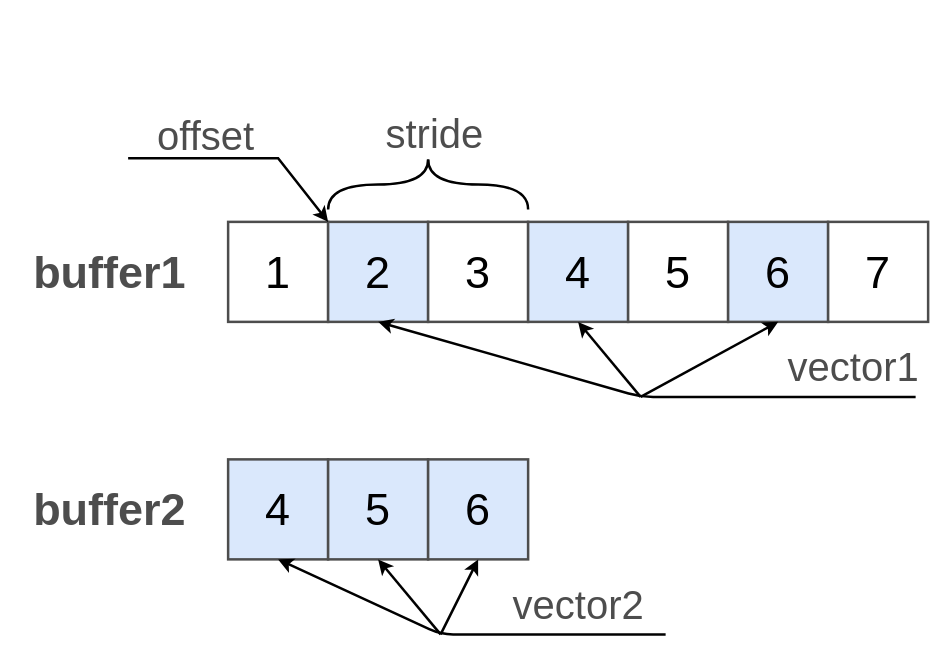
Above: page "FromRangeAndStride" (1 of 3) of doc/img/VectorAdapterFrom.drawio in Wandalen/wMathVector (draw.io), before the change. Source tidied: cells renumbered, new cells numbered last; positions are measured from the earlier drawing's top-left corner, leaving out a move shared by most shapes. Both pictures are drawn from the tidied source at 125%, with x=0, y=0 at pixel (21, 109).
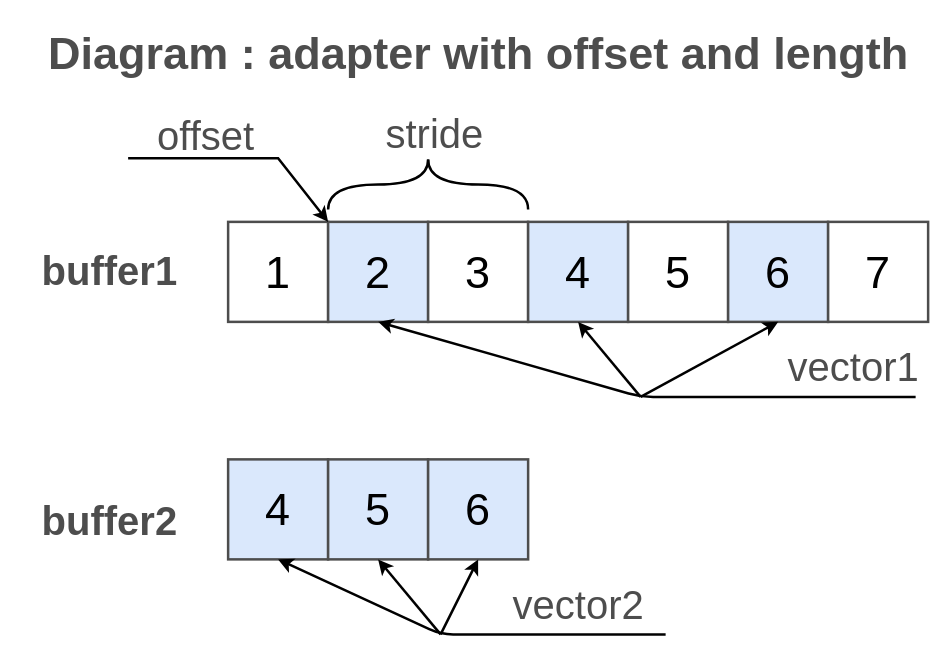
The same diagram, later.

What changed in the source:
```diff
@@
-    <mxCell id="12" value="buffer2" style="text;html=1;align=center;verticalAlign=middle;fontSize=36;fontColor=#4D4D4D;fontStyle=1;" parent="1" vertex="1">
-      <mxGeometry y="295" width="140" height="50" as="geometry" />
+    <mxCell id="12" value="buffer2" style="text;html=1;align=center;verticalAlign=middle;fontSize=32;fontColor=#4D4D4D;fontStyle=1;" parent="1" vertex="1">
+      <mxGeometry x="10" y="310" width="120" height="40" as="geometry" />
     </mxCell>
-    <mxCell id="13" value="buffer1" style="text;html=1;align=center;verticalAlign=middle;fontSize=36;fontColor=#4D4D4D;fontStyle=1;" parent="1" vertex="1">
-      <mxGeometry y="105" width="140" height="50" as="geometry" />
+    <mxCell id="13" value="buffer1" style="text;html=1;align=center;verticalAlign=middle;fontSize=32;fontColor=#4D4D4D;fontStyle=1;" parent="1" vertex="1">
+      <mxGeometry x="10" y="110" width="120" height="40" as="geometry" />
     </mxCell>
@@
+    <mxCell id="27" value="Diagram : adapter with offset and length" style="text;html=1;align=center;verticalAlign=middle;fontSize=36;fontColor=#4D4D4D;fontStyle=1;" parent="1" vertex="1">
+      <mxGeometry x="15" y="-70" width="700" height="50" as="geometry" />
+    </mxCell>
```
